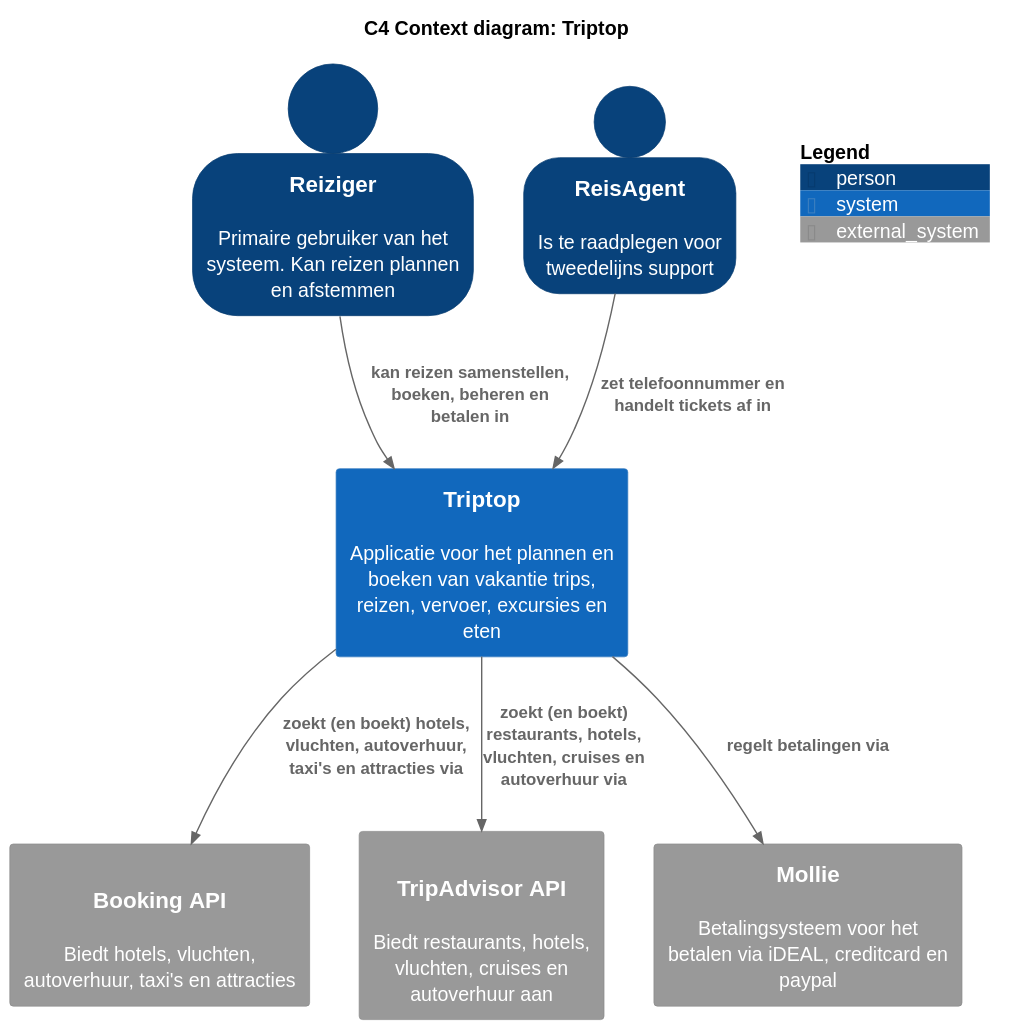
The PlantUML diagram software-guidebook/sgb-bestanden/context-diagram-C4_Context_diagram__TripTop.svg in AIM-ENE-feb25/triptop-groep-4-jochem-roald-stijn-a, before a commit.
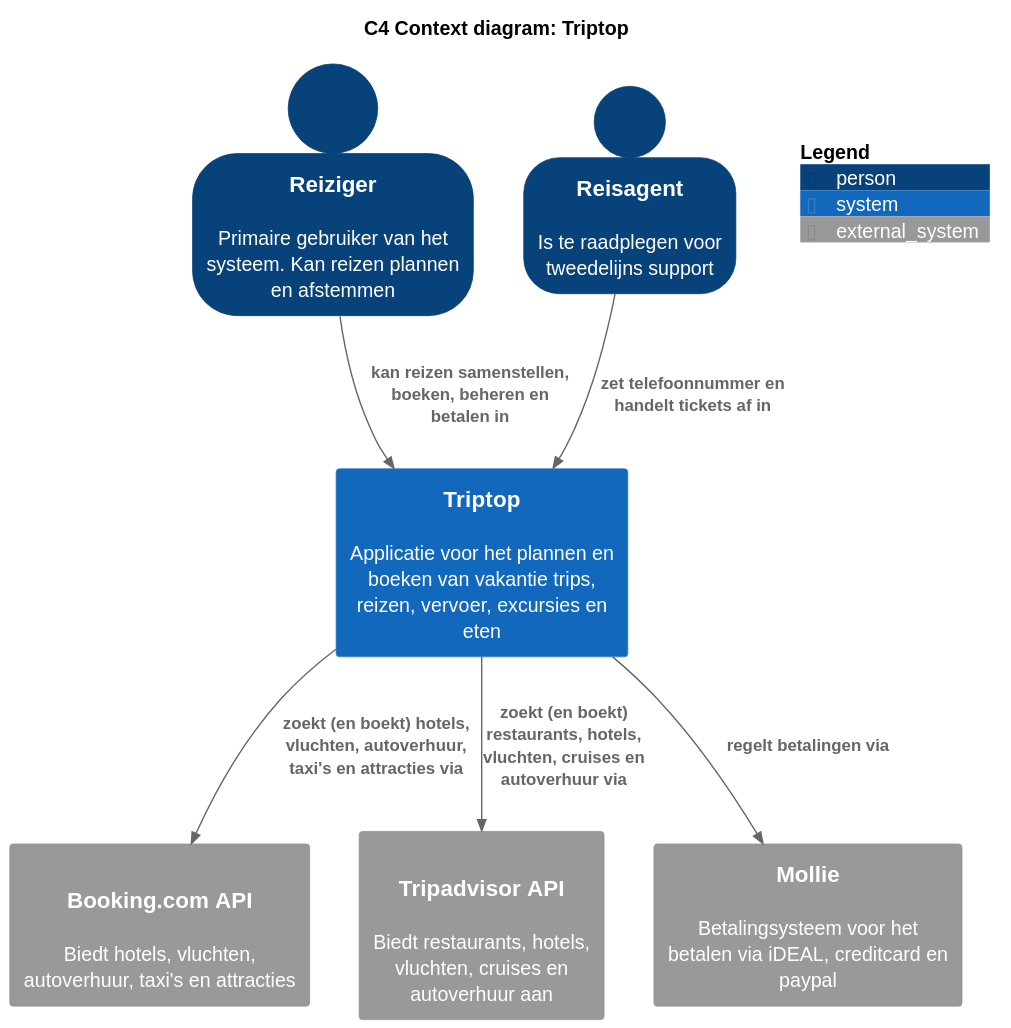
The same diagram one commit later.

Change to the diagram source:
```diff
@@ -7,12 +7,12 @@
 SHOW_PERSON_OUTLINE()
 
 Person(reiziger, "Reiziger", "Primaire gebruiker van het systeem. Kan reizen plannen en afstemmen")
-Person(reisagent, "ReisAgent", "Is te raadplegen voor tweedelijns support")
+Person(reisagent, "Reisagent", "Is te raadplegen voor tweedelijns support")
 
 System(triptop, "Triptop", "Applicatie voor het plannen en boeken van vakantie trips, reizen, vervoer, excursies en eten")
 
-System_Ext(booking, "Booking API", "Biedt hotels, vluchten, autoverhuur, taxi's en attracties", "REST")
-System_Ext(tripadvisor, "TripAdvisor API", "Biedt restaurants, hotels, vluchten, cruises en autoverhuur aan", "REST")
+System_Ext(booking, "Booking.com API", "Biedt hotels, vluchten, autoverhuur, taxi's en attracties", "REST")
+System_Ext(tripadvisor, "Tripadvisor API", "Biedt restaurants, hotels, vluchten, cruises en autoverhuur aan", "REST")
 System_Ext(mollie, "Mollie", "Betalingsysteem voor het betalen via iDEAL, creditcard en paypal")
 
 Rel(reiziger, triptop, "kan reizen samenstellen, boeken, beheren en betalen in")
```
